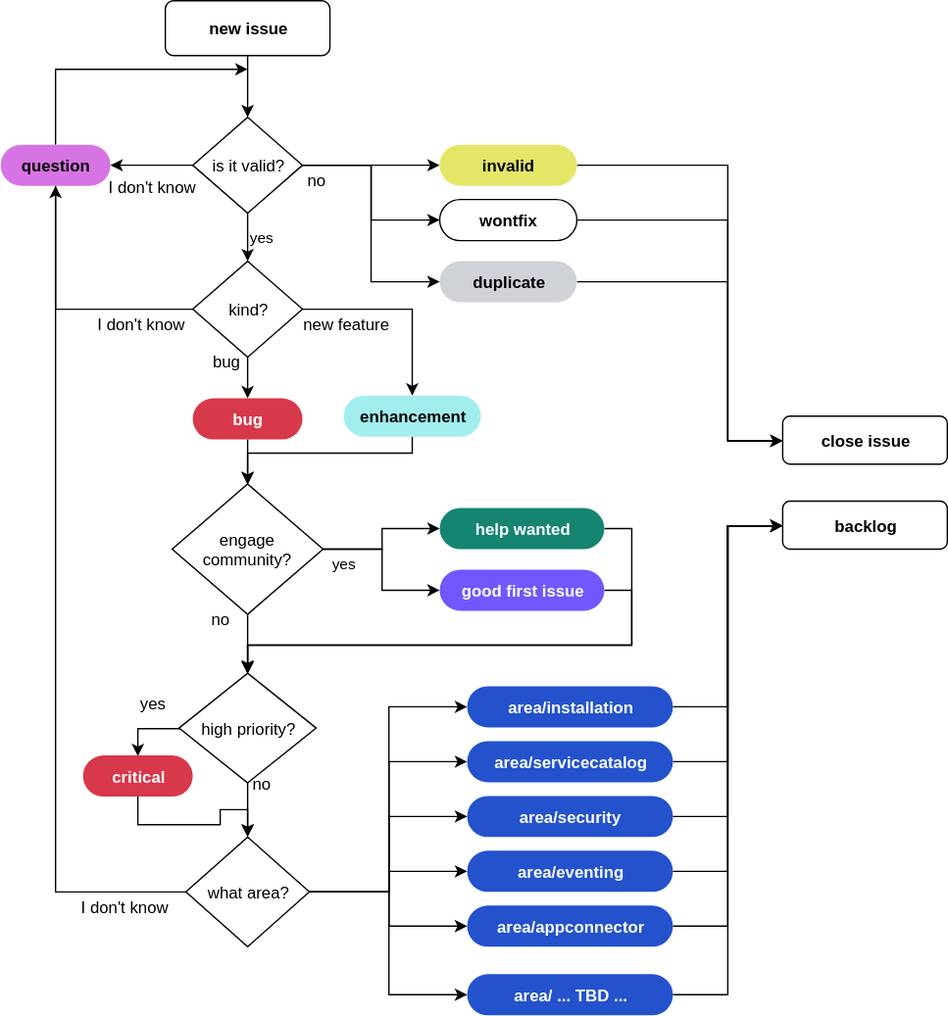
This is assets/kyma-triage.svg from kyma-project/community, a draw.io export, as it was before one commit. Source tidied: cells renumbered, new cells last; positions are measured from the earlier drawing's top-left corner, leaving out a move shared by most shapes.
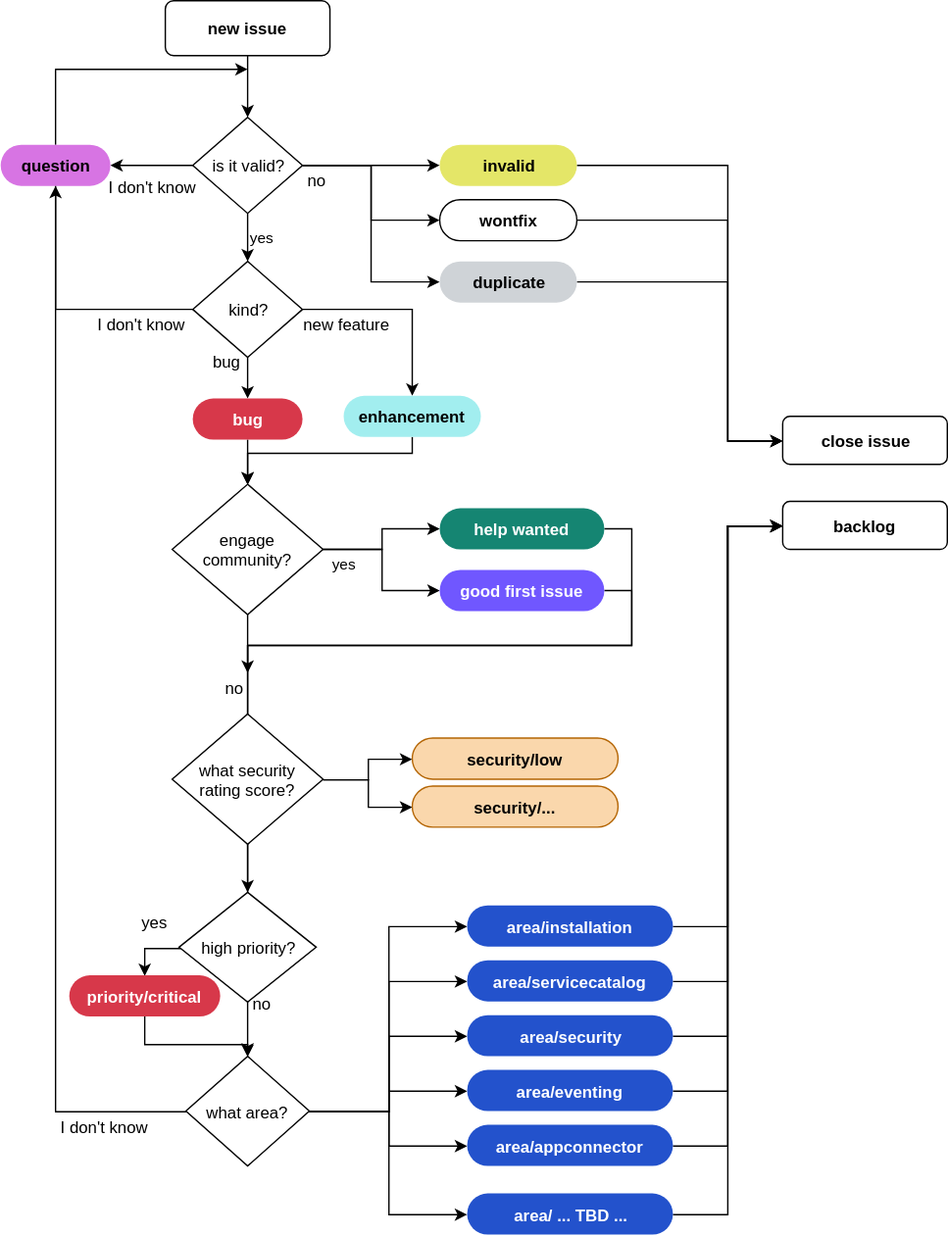
Later version of the same file.

The edit, as a diff of the source:
```diff
@@ -1,4 +1,4 @@
-<mxGraphModel>
+<mxGraphModel background="#ffffff">
   <root>
     <mxCell id="0" />
     <mxCell id="1" parent="0" />
@@ -140,8 +140,8 @@
     </mxCell>
     <mxCell id="34" style="edgeStyle=orthogonalEdgeStyle;rounded=0;html=1;endArrow=classic;endFill=1;jettySize=auto;orthogonalLoop=1;fontColor=#FFFFFF;" parent="1" edge="1">
       <mxGeometry relative="1" as="geometry">
-        <mxPoint x="180" y="567" as="sourcePoint" />
-        <mxPoint x="180" y="609.5" as="targetPoint" />
+        <mxPoint x="180" y="726.5" as="sourcePoint" />
+        <mxPoint x="180" y="769" as="targetPoint" />
       </mxGeometry>
     </mxCell>
     <mxCell id="35" value="no" style="text;html=1;align=center;verticalAlign=middle;labelBackgroundColor=#ffffff;fontColor=#000000;" parent="34" vertex="1">
@@ -150,11 +150,15 @@
       </mxGeometry>
     </mxCell>
     <mxCell id="36" style="edgeStyle=orthogonalEdgeStyle;rounded=0;html=1;entryX=0.5;entryY=0;endArrow=classic;endFill=1;jettySize=auto;fontColor=#000000;" parent="1" edge="1" source="38" target="67">
-      <mxGeometry relative="1" as="geometry" />
+      <mxGeometry relative="1" as="geometry">
+        <Array as="points">
+          <mxPoint x="180" y="725" />
+        </Array>
+      </mxGeometry>
     </mxCell>
     <mxCell id="37" value="no" style="text;html=1;align=center;verticalAlign=middle;labelBackgroundColor=#ffffff;fontColor=#000000;" parent="36" vertex="1">
       <mxGeometry x="-0.24" y="1" relative="1" as="geometry">
-        <mxPoint x="-21" y="-13.5" as="offset" />
+        <mxPoint x="-11" y="-81.5" as="offset" />
       </mxGeometry>
     </mxCell>
     <mxCell id="38" value="engage community?" style="rhombus;whiteSpace=wrap;html=1;" parent="1" vertex="1">
@@ -212,37 +216,37 @@
       <mxGeometry relative="1" as="geometry" />
     </mxCell>
     <mxCell id="51" value="what area?" style="rhombus;whiteSpace=wrap;html=1;" parent="1" vertex="1">
-      <mxGeometry x="135" y="610" width="90" height="80" as="geometry" />
+      <mxGeometry x="135" y="769.5" width="90" height="80" as="geometry" />
     </mxCell>
     <mxCell id="52" style="edgeStyle=orthogonalEdgeStyle;rounded=0;html=1;entryX=0;entryY=0.5;endArrow=classic;endFill=1;jettySize=auto;fontColor=#FFFFFF;" parent="1" edge="1" source="53" target="62">
       <mxGeometry relative="1" as="geometry" />
     </mxCell>
     <mxCell id="53" value="area/installation" style="rounded=1;whiteSpace=wrap;html=1;arcSize=50;fillColor=#2352cc;strokeColor=none;fontColor=#FFFFFF;fontStyle=1;" parent="1" vertex="1">
-      <mxGeometry x="340" y="500" width="150" height="30" as="geometry" />
+      <mxGeometry x="340" y="659.5" width="150" height="30" as="geometry" />
     </mxCell>
     <mxCell id="54" style="edgeStyle=orthogonalEdgeStyle;rounded=0;html=1;entryX=0;entryY=0.5;endArrow=classic;endFill=1;jettySize=auto;fontColor=#FFFFFF;" parent="1" edge="1" source="55" target="62">
       <mxGeometry relative="1" as="geometry" />
     </mxCell>
     <mxCell id="55" value="area/servicecatalog" style="rounded=1;whiteSpace=wrap;html=1;arcSize=50;fillColor=#2352cc;strokeColor=none;fontColor=#FFFFFF;fontStyle=1;" parent="1" vertex="1">
-      <mxGeometry x="340" y="540" width="150" height="30" as="geometry" />
+      <mxGeometry x="340" y="699.5" width="150" height="30" as="geometry" />
     </mxCell>
     <mxCell id="56" style="edgeStyle=orthogonalEdgeStyle;rounded=0;html=1;entryX=0;entryY=0.5;endArrow=classic;endFill=1;jettySize=auto;fontColor=#FFFFFF;" parent="1" edge="1" source="57" target="62">
       <mxGeometry relative="1" as="geometry" />
     </mxCell>
     <mxCell id="57" value="area/security" style="rounded=1;whiteSpace=wrap;html=1;arcSize=50;fillColor=#2352cc;strokeColor=none;fontColor=#FFFFFF;fontStyle=1;" parent="1" vertex="1">
-      <mxGeometry x="340" y="580" width="150" height="30" as="geometry" />
+      <mxGeometry x="340" y="739.5" width="150" height="30" as="geometry" />
     </mxCell>
     <mxCell id="58" style="edgeStyle=orthogonalEdgeStyle;rounded=0;html=1;entryX=0;entryY=0.5;endArrow=classic;endFill=1;jettySize=auto;fontColor=#FFFFFF;" parent="1" edge="1" source="59" target="62">
       <mxGeometry relative="1" as="geometry" />
     </mxCell>
     <mxCell id="59" value="area/eventing" style="rounded=1;whiteSpace=wrap;html=1;arcSize=50;fillColor=#2352cc;strokeColor=none;fontColor=#FFFFFF;fontStyle=1;" parent="1" vertex="1">
-      <mxGeometry x="340" y="620" width="150" height="30" as="geometry" />
+      <mxGeometry x="340" y="779.5" width="150" height="30" as="geometry" />
     </mxCell>
     <mxCell id="60" style="edgeStyle=orthogonalEdgeStyle;rounded=0;html=1;entryX=0;entryY=0.5;endArrow=classic;endFill=1;jettySize=auto;fontColor=#FFFFFF;" parent="1" edge="1" source="61" target="62">
       <mxGeometry relative="1" as="geometry" />
     </mxCell>
     <mxCell id="61" value="area/appconnector" style="rounded=1;whiteSpace=wrap;html=1;arcSize=50;fillColor=#2352cc;strokeColor=none;fontColor=#FFFFFF;fontStyle=1;" parent="1" vertex="1">
-      <mxGeometry x="340" y="660" width="150" height="30" as="geometry" />
+      <mxGeometry x="340" y="819.5" width="150" height="30" as="geometry" />
     </mxCell>
     <mxCell id="62" value="backlog" style="rounded=1;whiteSpace=wrap;html=1;fillColor=#ffffff;strokeColor=#000000;fontStyle=1;" parent="1" vertex="1">
       <mxGeometry x="570" y="365" width="120" height="35" as="geometry" />
@@ -251,12 +255,12 @@
       <mxGeometry relative="1" as="geometry" />
     </mxCell>
     <mxCell id="64" value="area/ ... TBD ..." style="rounded=1;whiteSpace=wrap;html=1;arcSize=50;fillColor=#2352cc;strokeColor=none;fontColor=#FFFFFF;fontStyle=1;" parent="1" vertex="1">
-      <mxGeometry x="340" y="710" width="150" height="30" as="geometry" />
+      <mxGeometry x="340" y="869.5" width="150" height="30" as="geometry" />
     </mxCell>
     <mxCell id="65" style="edgeStyle=orthogonalEdgeStyle;rounded=0;html=1;entryX=0.5;entryY=0;endArrow=classic;endFill=1;jettySize=auto;fontColor=#000000;" parent="1" edge="1" source="67" target="69">
       <mxGeometry relative="1" as="geometry">
         <Array as="points">
-          <mxPoint x="100" y="530.5" />
+          <mxPoint x="105" y="690.5" />
         </Array>
       </mxGeometry>
     </mxCell>
@@ -266,13 +270,28 @@
       </mxGeometry>
     </mxCell>
     <mxCell id="67" value="high priority?" style="rhombus;whiteSpace=wrap;html=1;" parent="1" vertex="1">
-      <mxGeometry x="130" y="490.5" width="100" height="80" as="geometry" />
+      <mxGeometry x="130" y="650" width="100" height="80" as="geometry" />
     </mxCell>
     <mxCell id="68" style="edgeStyle=orthogonalEdgeStyle;rounded=0;html=1;entryX=0.5;entryY=0;endArrow=classic;endFill=1;jettySize=auto;fontColor=#000000;" parent="1" edge="1" source="69" target="51">
       <mxGeometry relative="1" as="geometry" />
     </mxCell>
-    <mxCell id="69" value="critical" style="rounded=1;whiteSpace=wrap;html=1;arcSize=50;strokeColor=none;strokeWidth=2;fillColor=#d7384a;fontStyle=1;fontColor=#FFFFFF;" parent="1" vertex="1">
-      <mxGeometry x="60" y="550.5" width="80" height="30" as="geometry" />
+    <mxCell id="69" value="priority/critical" style="rounded=1;whiteSpace=wrap;html=1;arcSize=50;strokeColor=none;strokeWidth=2;fillColor=#d7384a;fontStyle=1;fontColor=#FFFFFF;" parent="1" vertex="1">
+      <mxGeometry x="50" y="710.5" width="110" height="30" as="geometry" />
     </mxCell>
+    <mxCell id="70" style="edgeStyle=orthogonalEdgeStyle;rounded=0;html=1;exitX=1;exitY=0.5;entryX=0;entryY=0.5;jettySize=auto;" parent="1" edge="1" source="72" target="73">
+      <mxGeometry relative="1" as="geometry" />
+    </mxCell>
+    <mxCell id="71" style="edgeStyle=orthogonalEdgeStyle;rounded=0;html=1;exitX=1;exitY=0.5;jettySize=auto;entryX=0;entryY=0.5;" parent="1" edge="1" source="72" target="74">
+      <mxGeometry relative="1" as="geometry" />
+    </mxCell>
+    <mxCell id="72" value="what security &lt;br&gt;rating score?" style="rhombus;whiteSpace=wrap;html=1;" parent="1" vertex="1">
+      <mxGeometry x="125" y="520" width="110" height="95" as="geometry" />
+    </mxCell>
+    <mxCell id="73" value="security/low" style="rounded=1;whiteSpace=wrap;html=1;arcSize=50;fillColor=#fad7ac;strokeColor=#b46504;fontColor=#000000;fontStyle=1;" parent="1" vertex="1">
+      <mxGeometry x="300" y="537.5" width="150" height="30" as="geometry" />
+    </mxCell>
+    <mxCell id="74" value="security/..." style="rounded=1;whiteSpace=wrap;html=1;arcSize=50;fillColor=#fad7ac;strokeColor=#b46504;fontColor=#000000;fontStyle=1;" parent="1" vertex="1">
+      <mxGeometry x="300" y="572.5" width="150" height="30" as="geometry" />
+    </mxCell>
   </root>
 </mxGraphModel>
```
